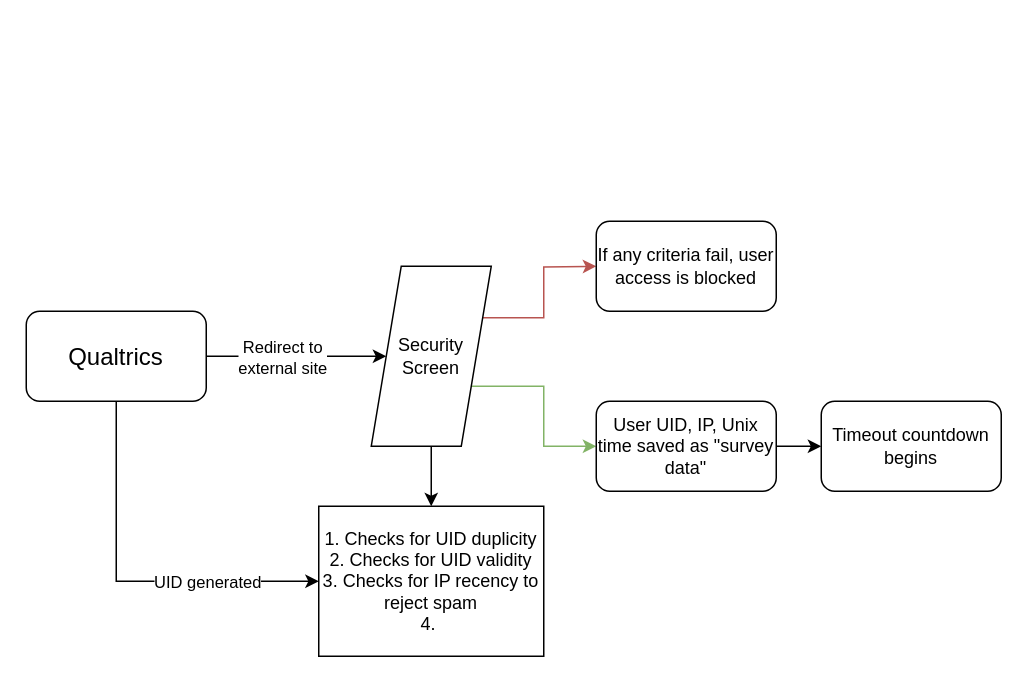
The draw.io diagram Chatbot Flow.drawio in Triarite/qualtrics-openai, before the edit. Source tidied: cells renumbered, new cells numbered last; positions are measured from the earlier drawing's top-left corner, leaving out a move shared by most shapes. Both pictures are drawn from the tidied source at 150%, with x=0, y=0 at pixel (26, 220).
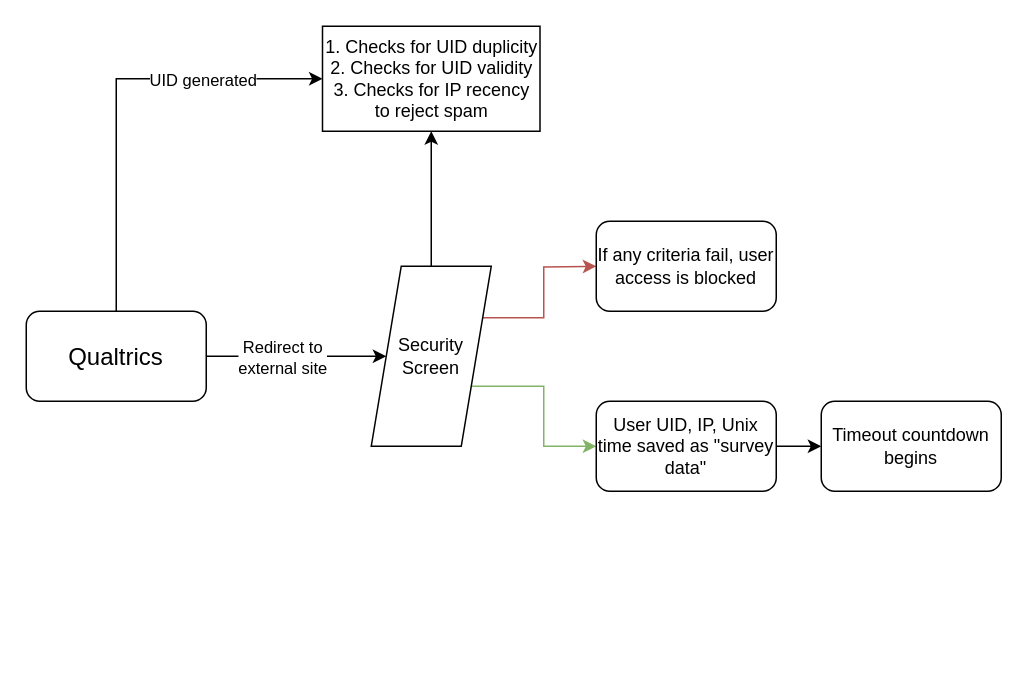
Above is the later version.

Diff of the diagram source:
```diff
@@
 <mxGraphModel>
   <root>
     <mxCell id="0" />
     <mxCell id="1" parent="0" />
     <mxCell id="2" style="edgeStyle=orthogonalEdgeStyle;rounded=0;jettySize=auto;html=1;entryX=0;entryY=0.5;entryDx=0;entryDy=0;" parent="1" edge="1" source="6" target="10">
       <mxGeometry relative="1" as="geometry" />
     </mxCell>
     <mxCell id="3" value="Redirect to&lt;div&gt;external site&lt;/div&gt;" style="edgeLabel;html=1;align=center;verticalAlign=middle;" parent="2" vertex="1">
       <mxGeometry x="-0.28" y="2" relative="1" as="geometry">
         <mxPoint x="7" y="2" as="offset" />
       </mxGeometry>
     </mxCell>
-    <mxCell id="4" style="edgeStyle=orthogonalEdgeStyle;rounded=0;jettySize=auto;html=1;entryX=0;entryY=0.5;entryDx=0;entryDy=0;exitX=0.5;exitY=1;exitDx=0;exitDy=0;" parent="1" edge="1" source="6" target="11">
+    <mxCell id="4" style="edgeStyle=orthogonalEdgeStyle;rounded=0;jettySize=auto;html=1;entryX=0;entryY=0.5;entryDx=0;entryDy=0;exitX=0.5;exitY=0;exitDx=0;exitDy=0;" parent="1" edge="1" source="6" target="11">
       <mxGeometry relative="1" as="geometry">
         <Array as="points">
-          <mxPoint x="60" y="240" />
+          <mxPoint x="60" y="-95" />
         </Array>
       </mxGeometry>
     </mxCell>
     <mxCell id="5" value="UID generated" style="edgeLabel;html=1;align=center;verticalAlign=middle;" parent="4" vertex="1">
       <mxGeometry x="0.42" y="-2" relative="1" as="geometry">
-        <mxPoint x="-1" y="-2" as="offset" />
+        <mxPoint x="4" y="-2" as="offset" />
       </mxGeometry>
     </mxCell>
     <mxCell id="6" value="&lt;font style=&quot;font-size: 16px;&quot;&gt;Qualtrics&lt;/font&gt;" style="rounded=1;whiteSpace=wrap;html=1;" parent="1" vertex="1">
       <mxGeometry y="60" width="120" height="60" as="geometry" />
     </mxCell>
     <mxCell id="7" style="edgeStyle=orthogonalEdgeStyle;rounded=0;jettySize=auto;html=1;" parent="1" edge="1" source="10" target="11">
       <mxGeometry relative="1" as="geometry" />
     </mxCell>
     <mxCell id="8" style="edgeStyle=orthogonalEdgeStyle;rounded=0;jettySize=auto;html=1;fillColor=#d5e8d4;strokeColor=#82b366;exitX=1;exitY=0.75;exitDx=0;exitDy=0;" parent="1" edge="1" source="10" target="13">
       <mxGeometry relative="1" as="geometry" />
     </mxCell>
     <mxCell id="9" style="edgeStyle=orthogonalEdgeStyle;rounded=0;jettySize=auto;html=1;fillColor=#f8cecc;strokeColor=#b85450;exitX=1;exitY=0.25;exitDx=0;exitDy=0;" parent="1" edge="1" source="10">
       <mxGeometry relative="1" as="geometry">
         <mxPoint x="380" y="30" as="targetPoint" />
       </mxGeometry>
     </mxCell>
     <mxCell id="10" value="Security&lt;div&gt;Screen&lt;/div&gt;" style="shape=parallelogram;perimeter=parallelogramPerimeter;whiteSpace=wrap;html=1;fixedSize=1;" parent="1" vertex="1">
       <mxGeometry x="230" y="30" width="80" height="120" as="geometry" />
     </mxCell>
-    <mxCell id="11" value="1. Checks for UID duplicity&lt;div&gt;2. Checks for UID validity&lt;br&gt;&lt;div&gt;3. Checks for IP recency to reject spam&lt;/div&gt;&lt;div&gt;4.&amp;nbsp;&lt;/div&gt;&lt;/div&gt;" style="whiteSpace=wrap;html=1;" parent="1" vertex="1">
-      <mxGeometry x="195" y="190" width="150" height="100" as="geometry" />
+    <mxCell id="11" value="1. Checks for UID duplicity&lt;div&gt;2. Checks for UID validity&lt;br&gt;&lt;div&gt;3. Checks for IP recency to reject spam&lt;/div&gt;&lt;/div&gt;" style="whiteSpace=wrap;html=1;" parent="1" vertex="1">
+      <mxGeometry x="197.5" y="-130" width="145" height="70" as="geometry" />
     </mxCell>
     <mxCell id="12" style="edgeStyle=orthogonalEdgeStyle;rounded=0;jettySize=auto;html=1;" parent="1" edge="1" source="13" target="14">
       <mxGeometry relative="1" as="geometry" />
     </mxCell>
     <mxCell id="13" value="User UID, IP, Unix time saved as &quot;survey data&quot;" style="rounded=1;whiteSpace=wrap;html=1;" parent="1" vertex="1">
       <mxGeometry x="380" y="120" width="120" height="60" as="geometry" />
     </mxCell>
     <mxCell id="14" value="Timeout countdown begins" style="whiteSpace=wrap;html=1;rounded=1;" parent="1" vertex="1">
       <mxGeometry x="530" y="120" width="120" height="60" as="geometry" />
     </mxCell>
     <mxCell id="15" value="If any criteria fail, user access is blocked" style="rounded=1;whiteSpace=wrap;html=1;" parent="1" vertex="1">
       <mxGeometry x="380" width="120" height="60" as="geometry" />
     </mxCell>
   </root>
 </mxGraphModel>
```
